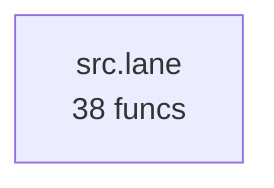
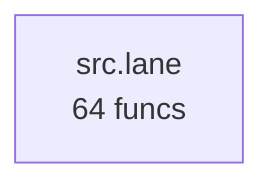
flowchart TD
%% generated in 0.00s
-     src__lane["src.lane<br/>38 funcs"]
+     src__lane["src.lane<br/>64 funcs"]
